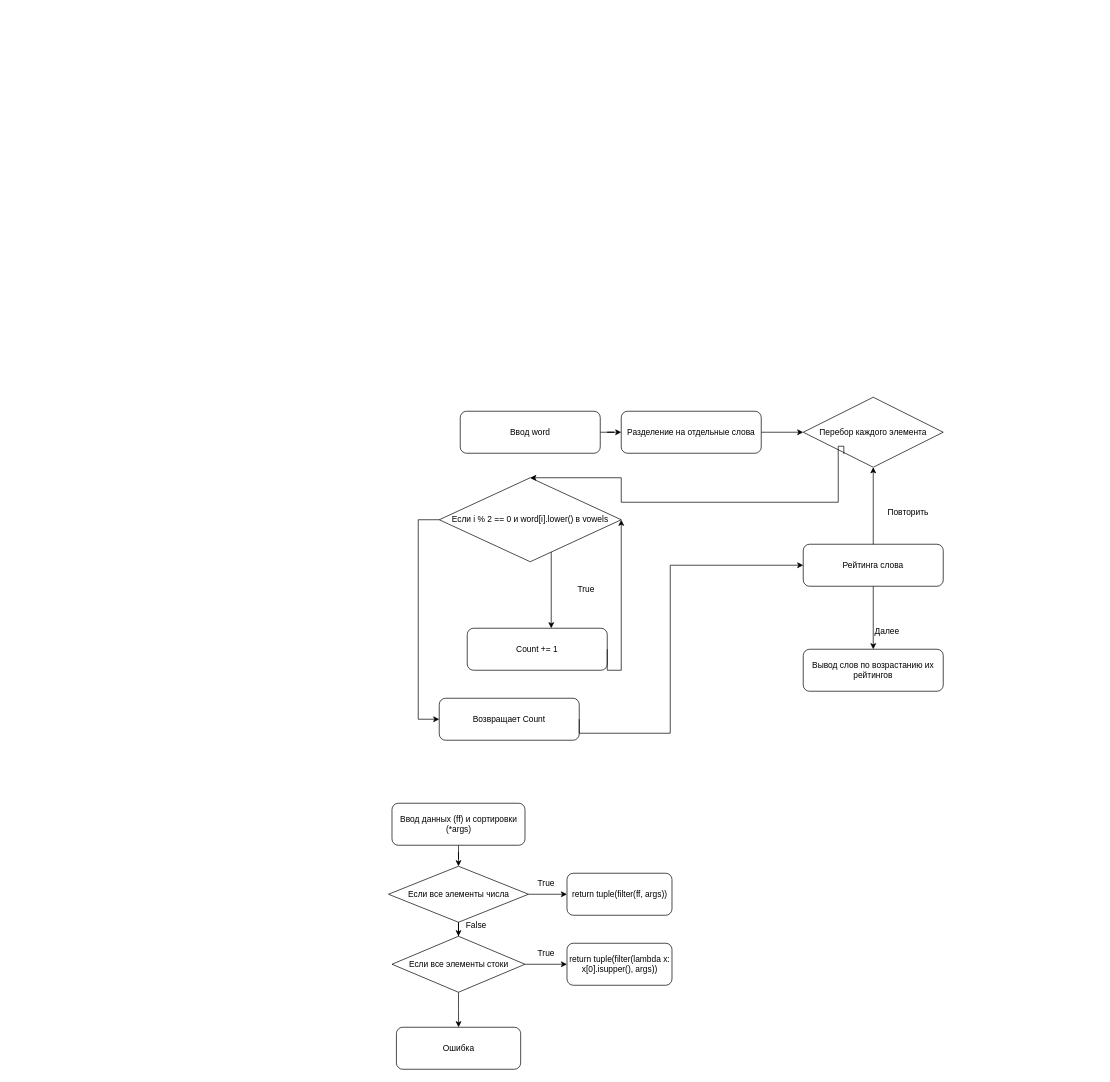
DezerMillerW/UwU keeps this draw.io diagram as module.drawio. Above is the earlier version. Source tidied: cells renumbered, new cells numbered last; positions are measured from the earlier drawing's top-left corner, leaving out a move shared by most shapes. Both pictures are drawn from the tidied source at 70%, with x=0, y=0 at pixel (388, 397).
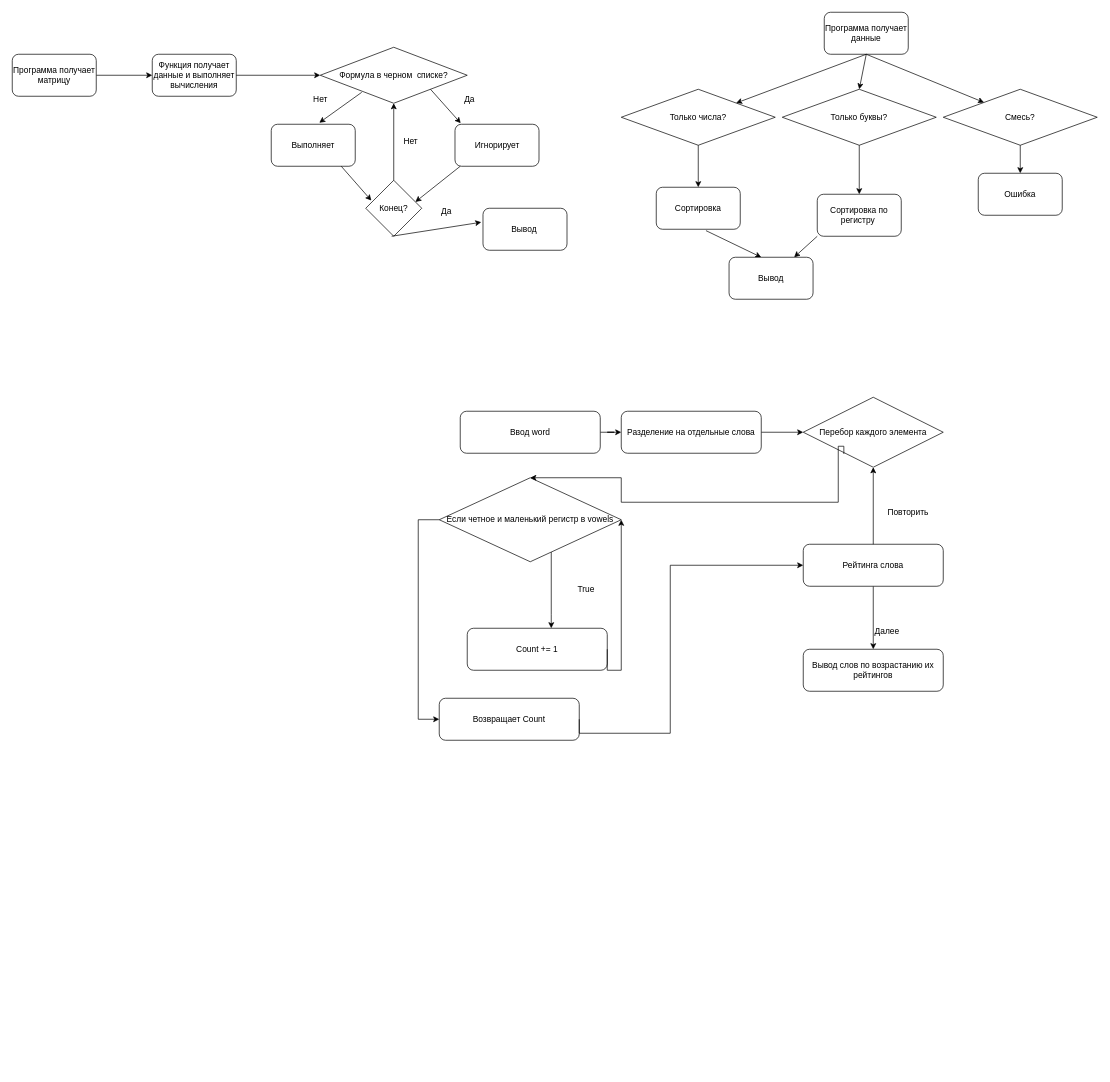
Above is the later version.

What changed in the source:
```diff
@@
-    <mxCell id="5" value="Если i % 2 == 0 и&amp;nbsp;word[i].lower() в vowels" style="rhombus;whiteSpace=wrap;html=1;" parent="1" vertex="1">
+    <mxCell id="5" value="Если четное и маленький регистр в vowels" style="rhombus;whiteSpace=wrap;html=1;" parent="1" vertex="1">
       <mxGeometry x="72" y="115" width="260" height="120" as="geometry" />
     </mxCell>
@@
-    <mxCell id="22" style="edgeStyle=orthogonalEdgeStyle;rounded=0;jettySize=auto;html=1;" parent="1" edge="1" source="23" target="26">
-      <mxGeometry relative="1" as="geometry" />
-    </mxCell>
-    <mxCell id="23" value="Ввод данных (ff) и сортировки (*args)" style="rounded=1;whiteSpace=wrap;html=1;" parent="1" vertex="1">
-      <mxGeometry x="4.5" y="580" width="190" height="60" as="geometry" />
-    </mxCell>
-    <mxCell id="24" style="edgeStyle=orthogonalEdgeStyle;rounded=0;jettySize=auto;html=1;" parent="1" edge="1" source="26" target="27">
-      <mxGeometry relative="1" as="geometry" />
-    </mxCell>
-    <mxCell id="25" style="edgeStyle=orthogonalEdgeStyle;rounded=0;jettySize=auto;html=1;" parent="1" edge="1" source="26" target="31">
-      <mxGeometry relative="1" as="geometry" />
-    </mxCell>
-    <mxCell id="26" value="Если все элементы числа" style="rhombus;whiteSpace=wrap;html=1;" parent="1" vertex="1">
-      <mxGeometry x="-0.5" y="670" width="200" height="80" as="geometry" />
-    </mxCell>
-    <mxCell id="27" value="return tuple(filter(ff, args))" style="rounded=1;whiteSpace=wrap;html=1;" parent="1" vertex="1">
-      <mxGeometry x="254.5" y="680" width="150" height="60" as="geometry" />
-    </mxCell>
-    <mxCell id="28" value="True" style="text;html=1;align=center;verticalAlign=middle;whiteSpace=wrap;rounded=0;" parent="1" vertex="1">
-      <mxGeometry x="194.5" y="680" width="60" height="30" as="geometry" />
-    </mxCell>
-    <mxCell id="29" style="edgeStyle=orthogonalEdgeStyle;rounded=0;jettySize=auto;html=1;" parent="1" edge="1" source="31" target="33">
-      <mxGeometry relative="1" as="geometry" />
-    </mxCell>
-    <mxCell id="30" style="edgeStyle=orthogonalEdgeStyle;rounded=0;jettySize=auto;html=1;" parent="1" edge="1" source="31" target="35">
-      <mxGeometry relative="1" as="geometry" />
-    </mxCell>
-    <mxCell id="31" value="Если все элементы стоки" style="rhombus;whiteSpace=wrap;html=1;" parent="1" vertex="1">
-      <mxGeometry x="4.5" y="770" width="190" height="80" as="geometry" />
-    </mxCell>
-    <mxCell id="32" value="False" style="text;html=1;align=center;verticalAlign=middle;whiteSpace=wrap;rounded=0;" parent="1" vertex="1">
-      <mxGeometry x="94.5" y="740" width="60" height="30" as="geometry" />
-    </mxCell>
-    <mxCell id="33" value="return tuple(filter(lambda x: x[0].isupper(), args))" style="rounded=1;whiteSpace=wrap;html=1;" parent="1" vertex="1">
-      <mxGeometry x="254.5" y="780" width="150" height="60" as="geometry" />
-    </mxCell>
-    <mxCell id="34" value="True" style="text;html=1;align=center;verticalAlign=middle;whiteSpace=wrap;rounded=0;" parent="1" vertex="1">
-      <mxGeometry x="194.5" y="780" width="60" height="30" as="geometry" />
-    </mxCell>
+    <mxCell id="36" style="edgeStyle=orthogonalEdgeStyle;rounded=0;jettySize=auto;html=1;" parent="1" edge="1" source="37" target="38">
+      <mxGeometry relative="1" as="geometry" />
+    </mxCell>
+    <mxCell id="37" value="Программа получает матрицу" style="rounded=1;whiteSpace=wrap;html=1;" parent="1" vertex="1">
+      <mxGeometry x="-538" y="-490" width="120" height="60" as="geometry" />
+    </mxCell>
+    <mxCell id="38" value="Функция получает данные и выполняет вычисления" style="whiteSpace=wrap;html=1;rounded=1;" parent="1" vertex="1">
+      <mxGeometry x="-338" y="-490" width="120" height="60" as="geometry" />
+    </mxCell>
+    <mxCell id="39" value="Игнорирует" style="rounded=1;whiteSpace=wrap;html=1;" parent="1" vertex="1">
+      <mxGeometry x="94.5" y="-390" width="120" height="60" as="geometry" />
+    </mxCell>
+    <mxCell id="40" value="Выполняет" style="rounded=1;whiteSpace=wrap;html=1;" parent="1" vertex="1">
+      <mxGeometry x="-168" y="-390" width="120" height="60" as="geometry" />
+    </mxCell>
+    <mxCell id="41" style="endArrow=classic;html=1;rounded=0;exitX=1;exitY=0.5;exitDx=0;exitDy=0;" parent="1" edge="1" source="38">
+      <mxGeometry relative="1" as="geometry">
+        <mxPoint x="-98" y="-460" as="targetPoint" />
+      </mxGeometry>
+    </mxCell>
+    <mxCell id="42" value="Формула в черном&amp;nbsp; списке?" style="rhombus;whiteSpace=wrap;html=1;" parent="1" vertex="1">
+      <mxGeometry x="-98" y="-500" width="210" height="80" as="geometry" />
+    </mxCell>
+    <mxCell id="43" style="endArrow=classic;html=1;rounded=0;exitX=0.282;exitY=0.805;exitDx=0;exitDy=0;exitPerimeter=0;entryX=0.572;entryY=-0.036;entryDx=0;entryDy=0;entryPerimeter=0;" parent="1" edge="1" source="42" target="40">
+      <mxGeometry relative="1" as="geometry" />
+    </mxCell>
+    <mxCell id="44" style="endArrow=classic;html=1;rounded=0;exitX=1;exitY=1;exitDx=0;exitDy=0;entryX=0.068;entryY=-0.025;entryDx=0;entryDy=0;entryPerimeter=0;" parent="1" edge="1" source="42" target="39">
+      <mxGeometry relative="1" as="geometry" />
+    </mxCell>
+    <mxCell id="45" value="Нет" style="text;html=1;align=center;verticalAlign=middle;strokeColor=none;fillColor=none;" parent="1" vertex="1">
+      <mxGeometry x="-118" y="-440" width="40" height="30" as="geometry" />
+    </mxCell>
+    <mxCell id="46" value="Да" style="text;html=1;align=center;verticalAlign=middle;strokeColor=none;fillColor=none;" parent="1" vertex="1">
+      <mxGeometry x="94.5" y="-440" width="40" height="30" as="geometry" />
+    </mxCell>
+    <mxCell id="47" value="Конец?" style="rhombus;whiteSpace=wrap;html=1;" parent="1" vertex="1">
+      <mxGeometry x="-33" y="-310" width="80" height="80" as="geometry" />
+    </mxCell>
+    <mxCell id="48" style="endArrow=classic;html=1;rounded=0;exitX=0.5;exitY=0;exitDx=0;exitDy=0;entryX=0.5;entryY=1;entryDx=0;entryDy=0;" parent="1" edge="1" source="47" target="42">
+      <mxGeometry relative="1" as="geometry" />
+    </mxCell>
+    <mxCell id="49" value="Нет" style="text;html=1;align=center;verticalAlign=middle;strokeColor=none;fillColor=none;" parent="1" vertex="1">
+      <mxGeometry x="10.8" y="-380" width="40" height="30" as="geometry" />
+    </mxCell>
+    <mxCell id="50" style="endArrow=classic;html=1;rounded=0;exitX=1;exitY=1;exitDx=0;exitDy=0;entryX=0.886;entryY=0.387;entryDx=0;entryDy=0;entryPerimeter=0;" parent="1" edge="1" target="47">
+      <mxGeometry relative="1" as="geometry">
+        <mxPoint x="102" y="-330" as="sourcePoint" />
+      </mxGeometry>
+    </mxCell>
+    <mxCell id="51" style="endArrow=classic;html=1;rounded=0;exitX=1;exitY=1;exitDx=0;exitDy=0;entryX=0.068;entryY=-0.025;entryDx=0;entryDy=0;entryPerimeter=0;" parent="1" edge="1">
+      <mxGeometry relative="1" as="geometry">
+        <mxPoint x="-68" y="-330" as="sourcePoint" />
+        <mxPoint x="-25" y="-281" as="targetPoint" />
+      </mxGeometry>
+    </mxCell>
+    <mxCell id="52" style="endArrow=classic;html=1;rounded=0;exitX=1;exitY=1;exitDx=0;exitDy=0;" parent="1" edge="1">
+      <mxGeometry relative="1" as="geometry">
+        <mxPoint x="4" y="-230" as="sourcePoint" />
+        <mxPoint x="132" y="-250" as="targetPoint" />
+      </mxGeometry>
+    </mxCell>
+    <mxCell id="53" value="Да" style="text;html=1;align=center;verticalAlign=middle;strokeColor=none;fillColor=none;" parent="1" vertex="1">
+      <mxGeometry x="62" y="-280" width="40" height="30" as="geometry" />
+    </mxCell>
+    <mxCell id="54" value="Вывод&amp;nbsp;" style="rounded=1;whiteSpace=wrap;html=1;" parent="1" vertex="1">
+      <mxGeometry x="134.5" y="-270" width="120" height="60" as="geometry" />
+    </mxCell>
+    <mxCell id="55" value="Программа получает данные" style="rounded=1;whiteSpace=wrap;html=1;" parent="1" vertex="1">
+      <mxGeometry x="622" y="-550" width="120" height="60" as="geometry" />
+    </mxCell>
+    <mxCell id="56" value="Только числа?" style="rhombus;whiteSpace=wrap;html=1;" parent="1" vertex="1">
+      <mxGeometry x="332" y="-440" width="220" height="80" as="geometry" />
+    </mxCell>
+    <mxCell id="57" value="Только буквы?" style="rhombus;whiteSpace=wrap;html=1;" parent="1" vertex="1">
+      <mxGeometry x="562" y="-440" width="220" height="80" as="geometry" />
+    </mxCell>
+    <mxCell id="58" value="Смесь?" style="rhombus;whiteSpace=wrap;html=1;" parent="1" vertex="1">
+      <mxGeometry x="792" y="-440" width="220" height="80" as="geometry" />
+    </mxCell>
+    <mxCell id="59" style="endArrow=classic;html=1;rounded=0;exitX=0.5;exitY=1;exitDx=0;exitDy=0;" parent="1" edge="1" source="55" target="56">
+      <mxGeometry relative="1" as="geometry" />
+    </mxCell>
+    <mxCell id="60" style="endArrow=classic;html=1;rounded=0;exitX=0.5;exitY=1;exitDx=0;exitDy=0;entryX=0.5;entryY=0;entryDx=0;entryDy=0;" parent="1" edge="1" source="55" target="57">
+      <mxGeometry relative="1" as="geometry" />
+    </mxCell>
+    <mxCell id="61" style="endArrow=classic;html=1;rounded=0;exitX=0.5;exitY=1;exitDx=0;exitDy=0;" parent="1" edge="1" source="55" target="58">
+      <mxGeometry relative="1" as="geometry" />
+    </mxCell>
+    <mxCell id="62" style="endArrow=classic;html=1;rounded=0;exitX=0.5;exitY=1;exitDx=0;exitDy=0;" parent="1" edge="1" source="58">
+      <mxGeometry relative="1" as="geometry">
+        <mxPoint x="902" y="-320" as="targetPoint" />
+      </mxGeometry>
+    </mxCell>
     <mxCell id="35" value="Ошибка" style="rounded=1;whiteSpace=wrap;html=1;" parent="1" vertex="1">
-      <mxGeometry x="10.8" y="900" width="177.5" height="60" as="geometry" />
+      <mxGeometry x="842" y="-320" width="120" height="60" as="geometry" />
     </mxCell>
+    <mxCell id="63" style="endArrow=classic;html=1;rounded=0;exitX=0.5;exitY=1;exitDx=0;exitDy=0;" parent="1" edge="1" source="57">
+      <mxGeometry relative="1" as="geometry">
+        <mxPoint x="672" y="-290" as="targetPoint" />
+      </mxGeometry>
+    </mxCell>
+    <mxCell id="64" style="endArrow=classic;html=1;rounded=0;exitX=0.5;exitY=1;exitDx=0;exitDy=0;" parent="1" edge="1" source="56">
+      <mxGeometry relative="1" as="geometry">
+        <mxPoint x="442" y="-300" as="targetPoint" />
+      </mxGeometry>
+    </mxCell>
+    <mxCell id="65" value="Сортировка по регистру&amp;nbsp;" style="rounded=1;whiteSpace=wrap;html=1;" parent="1" vertex="1">
+      <mxGeometry x="612" y="-290" width="120" height="60" as="geometry" />
+    </mxCell>
+    <mxCell id="66" value="Сортировка" style="rounded=1;whiteSpace=wrap;html=1;" parent="1" vertex="1">
+      <mxGeometry x="382" y="-300" width="120" height="60" as="geometry" />
+    </mxCell>
+    <mxCell id="67" style="endArrow=classic;html=1;rounded=0;exitX=0.592;exitY=1.033;exitDx=0;exitDy=0;exitPerimeter=0;" parent="1" edge="1" source="66">
+      <mxGeometry relative="1" as="geometry">
+        <mxPoint x="532" y="-200" as="targetPoint" />
+      </mxGeometry>
+    </mxCell>
+    <mxCell id="68" style="endArrow=classic;html=1;rounded=0;" parent="1" edge="1" target="69">
+      <mxGeometry relative="1" as="geometry">
+        <mxPoint x="612" y="-230" as="sourcePoint" />
+      </mxGeometry>
+    </mxCell>
+    <mxCell id="69" value="Вывод" style="rounded=1;whiteSpace=wrap;html=1;" parent="1" vertex="1">
+      <mxGeometry x="486" y="-200" width="120" height="60" as="geometry" />
+    </mxCell>
```
